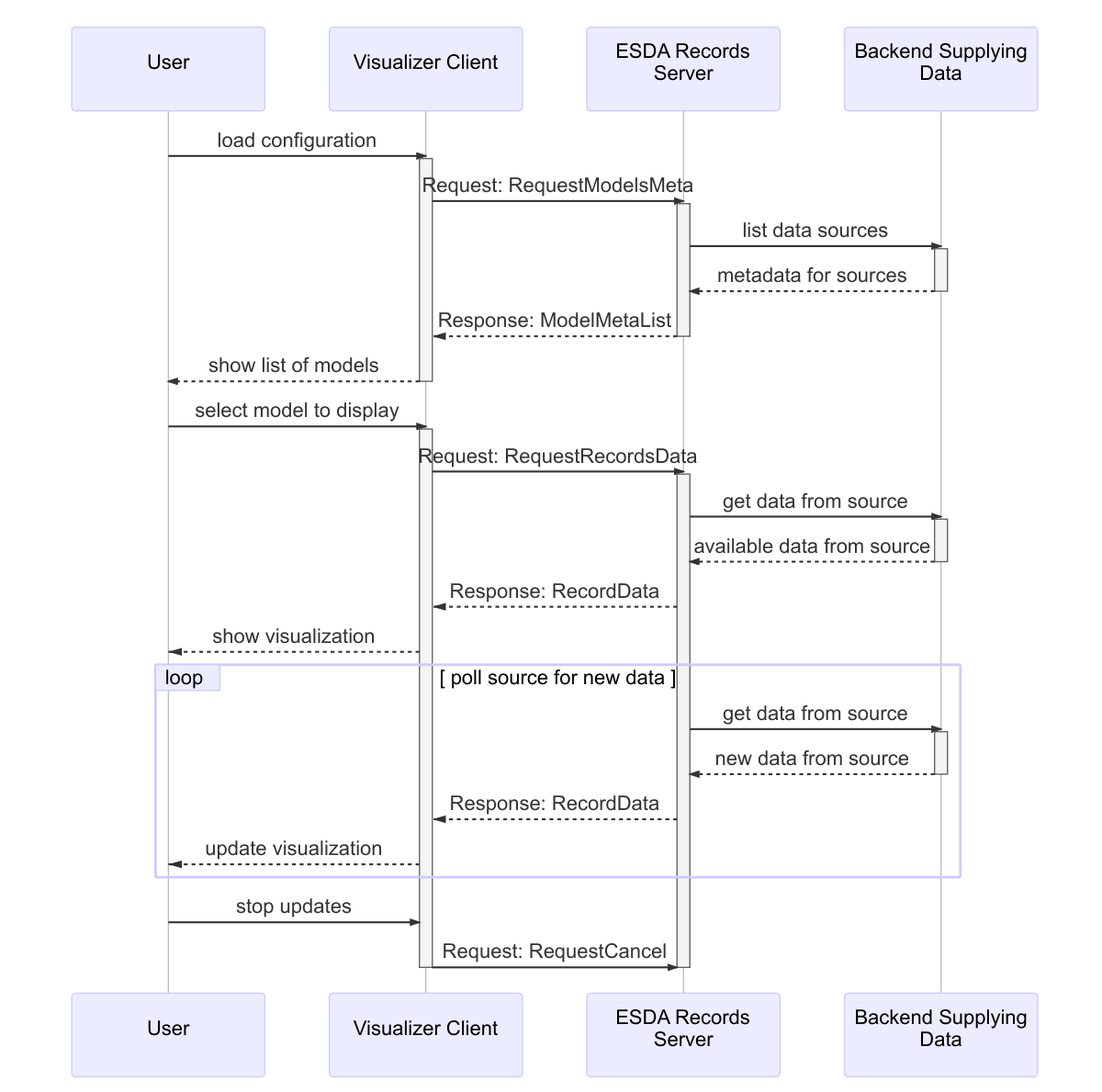
Earlier version of the Mermaid export dynamic-data-rpc.mermaid.png (NREL/AESD). Its source is kept beside it as dynamic-data-rpc.mermaid.
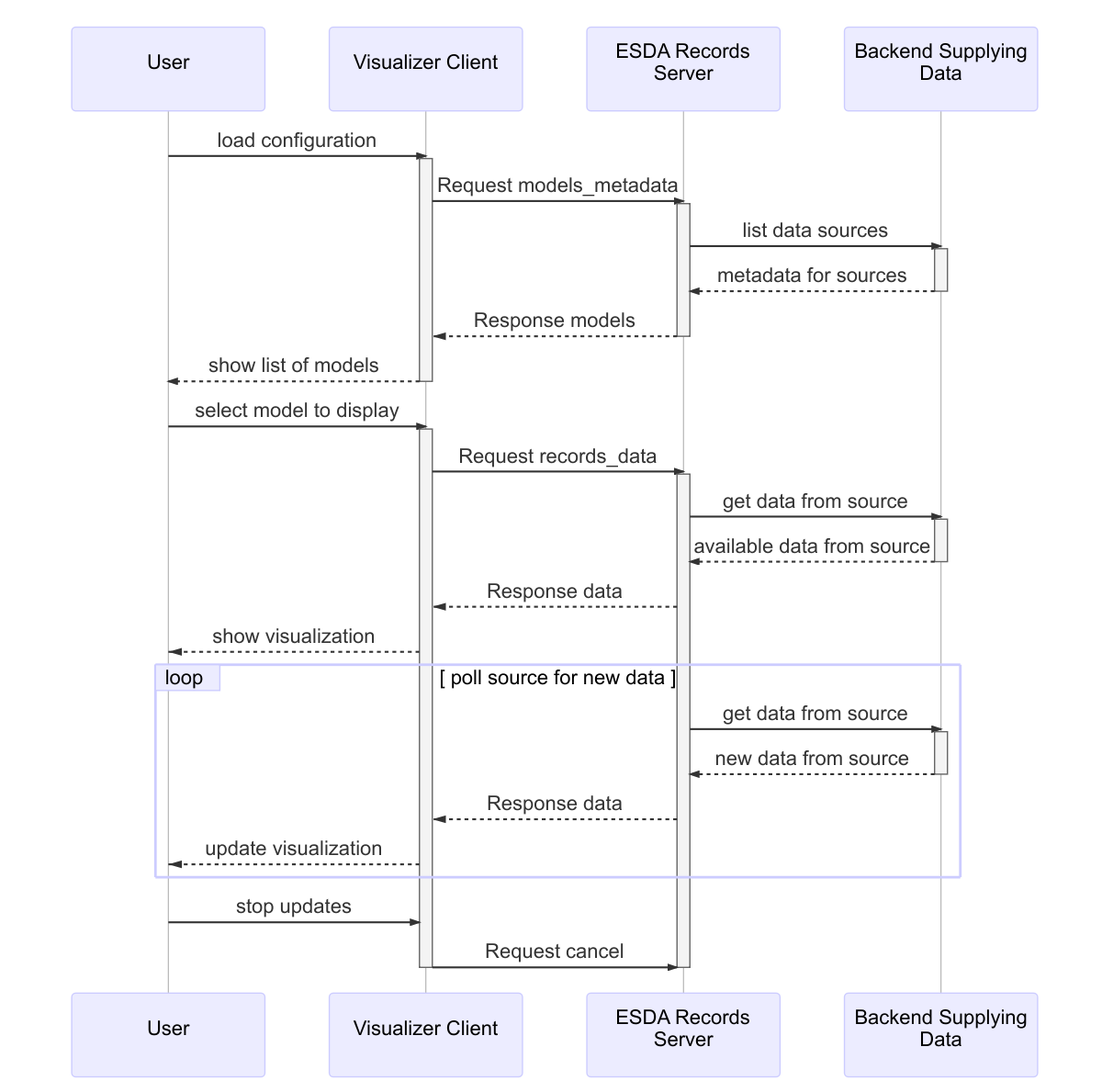
After the commit.

The edit, as a diff of the source:
```diff
@@ -7,26 +7,26 @@
 
 User ->> Visualizer Client: load configuration
 activate Visualizer Client
-Visualizer Client ->> ESDA Records Server: Request: RequestModelsMeta
+Visualizer Client ->> ESDA Records Server: Request models_metadata
 activate ESDA Records Server
 ESDA Records Server ->> Backend Supplying Data: list data sources
 activate Backend Supplying Data
 Backend Supplying Data -->> ESDA Records Server: metadata for sources
 deactivate Backend Supplying Data
-ESDA Records Server --x Visualizer Client: Response: ModelMetaList
+ESDA Records Server --x Visualizer Client: Response models
 deactivate ESDA Records Server
 Visualizer Client -->> User: show list of models
 deactivate Visualizer Client
 
 User ->> Visualizer Client: select model to display
 activate Visualizer Client
-Visualizer Client ->> ESDA Records Server: Request: RequestRecordsData
+Visualizer Client ->> ESDA Records Server: Request records_data
 activate ESDA Records Server
 ESDA Records Server ->> Backend Supplying Data: get data from source
 activate Backend Supplying Data
 Backend Supplying Data -->> ESDA Records Server: available data from source
 deactivate Backend Supplying Data
-ESDA Records Server --x Visualizer Client: Response: RecordData
+ESDA Records Server --x Visualizer Client: Response data
 Visualizer Client --x User: show visualization
 
 loop poll source for new data
@@ -34,11 +34,11 @@
   activate Backend Supplying Data
   Backend Supplying Data -->> ESDA Records Server: new data from source
   deactivate Backend Supplying Data
-  ESDA Records Server --x Visualizer Client: Response: RecordData
+  ESDA Records Server --x Visualizer Client: Response data
   Visualizer Client --x User: update visualization
 end
 
 User ->> Visualizer Client: stop updates
-Visualizer Client ->> ESDA Records Server: Request: RequestCancel
+Visualizer Client ->> ESDA Records Server: Request cancel
 deactivate ESDA Records Server
 deactivate Visualizer Client
```
